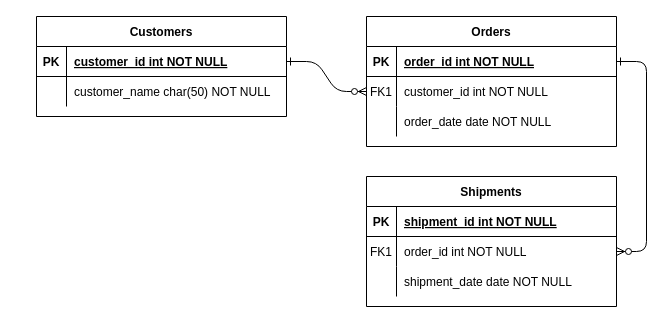
Before: Untitled Diagram.drawio in naim-murad-me/arif-travel-agency, a draw.io diagram. Source tidied: cells renumbered, new cells numbered last; positions are measured from the earlier drawing's top-left corner, leaving out a move shared by most shapes. Both pictures are drawn from the tidied source at 100%, with x=0, y=0 at pixel (36, 16).
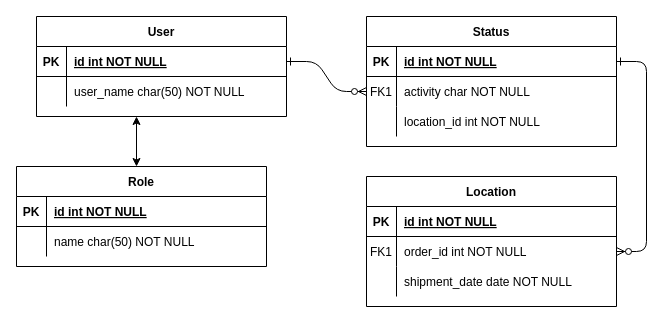
The same page after the edit.

Unchanged cells that the change refers to:
```xml
<mxCell id="5" style="shape=partialRectangle;fillColor=none;points=[[0,0.5],[1,0.5]];portConstraint=eastwest;top=0;left=0;right=0;bottom=1;" parent="4" vertex="1">
  <mxGeometry y="30" width="250" height="30" as="geometry" />
</mxCell>
<mxCell id="8" style="shape=partialRectangle;fillColor=none;points=[[0,0.5],[1,0.5]];portConstraint=eastwest;top=0;left=0;right=0;bottom=0;" parent="4" vertex="1">
  <mxGeometry y="60" width="250" height="30" as="geometry" />
</mxCell>
<mxCell id="11" style="shape=partialRectangle;fillColor=none;top=0;left=0;right=0;bottom=0;" parent="4" vertex="1">
  <mxGeometry y="90" width="250" height="30" as="geometry" />
</mxCell>
<mxCell id="15" style="shape=partialRectangle;fillColor=none;top=0;left=0;right=0;bottom=1;" parent="14" vertex="1">
  <mxGeometry y="30" width="250" height="30" as="geometry" />
</mxCell>
<mxCell id="25" style="shape=partialRectangle;fillColor=none;points=[[0,0.5],[1,0.5]];portConstraint=eastwest;top=0;left=0;right=0;bottom=1;" parent="24" vertex="1">
  <mxGeometry y="30" width="250" height="30" as="geometry" />
</mxCell>
<mxCell id="28" style="shape=partialRectangle;fillColor=none;top=0;left=0;right=0;bottom=0;" parent="24" vertex="1">
  <mxGeometry y="60" width="250" height="30" as="geometry" />
</mxCell>
```

What changed in the source:
```diff
@@
-    <mxCell id="4" value="Orders" style="shape=table;startSize=30;childLayout=tableLayout;rowLines=0;fontStyle=1;align=center;" parent="1" vertex="1">
+    <mxCell id="4" value="Status" style="shape=table;startSize=30;childLayout=tableLayout;rowLines=0;fontStyle=1;align=center;" parent="1" vertex="1">
       <mxGeometry x="330" width="250" height="130" as="geometry" />
     </mxCell>
@@
-    <mxCell id="7" value="order_id int NOT NULL " style="shape=partialRectangle;overflow=hidden;fillColor=none;top=0;left=0;bottom=0;right=0;align=left;spacingLeft=6;fontStyle=5;" parent="5" vertex="1">
+    <mxCell id="7" value="id int NOT NULL " style="shape=partialRectangle;overflow=hidden;fillColor=none;top=0;left=0;bottom=0;right=0;align=left;spacingLeft=6;fontStyle=5;" parent="5" vertex="1">
       <mxGeometry x="30" width="220" height="30" as="geometry" />
     </mxCell>
@@
-    <mxCell id="10" value="customer_id int NOT NULL" style="shape=partialRectangle;overflow=hidden;fillColor=none;top=0;left=0;bottom=0;right=0;align=left;spacingLeft=6;" parent="8" vertex="1">
+    <mxCell id="10" value="activity char NOT NULL" style="shape=partialRectangle;overflow=hidden;fillColor=none;top=0;left=0;bottom=0;right=0;align=left;spacingLeft=6;" parent="8" vertex="1">
       <mxGeometry x="30" width="220" height="30" as="geometry" />
     </mxCell>
@@
-    <mxCell id="13" value="order_date date NOT NULL" style="shape=partialRectangle;overflow=hidden;fillColor=none;top=0;left=0;bottom=0;right=0;align=left;spacingLeft=6;" parent="11" vertex="1">
+    <mxCell id="13" value="location_id int NOT NULL" style="shape=partialRectangle;overflow=hidden;fillColor=none;top=0;left=0;bottom=0;right=0;align=left;spacingLeft=6;" parent="11" vertex="1">
       <mxGeometry x="30" width="220" height="30" as="geometry" />
     </mxCell>
-    <mxCell id="14" value="Shipments" style="shape=table;startSize=30;childLayout=tableLayout;rowLines=0;fontStyle=1;align=center;" parent="1" vertex="1">
+    <mxCell id="14" value="Location" style="shape=table;startSize=30;childLayout=tableLayout;rowLines=0;fontStyle=1;align=center;" parent="1" vertex="1">
       <mxGeometry x="330" y="160" width="250" height="130" as="geometry" />
     </mxCell>
@@
-    <mxCell id="17" value="shipment_id int NOT NULL " style="shape=partialRectangle;overflow=hidden;fillColor=none;top=0;left=0;bottom=0;right=0;align=left;spacingLeft=6;fontStyle=5;" parent="15" vertex="1">
+    <mxCell id="17" value="id int NOT NULL " style="shape=partialRectangle;overflow=hidden;fillColor=none;top=0;left=0;bottom=0;right=0;align=left;spacingLeft=6;fontStyle=5;" parent="15" vertex="1">
       <mxGeometry x="30" width="220" height="30" as="geometry" />
     </mxCell>
@@
-    <mxCell id="24" value="Customers" style="shape=table;startSize=30;childLayout=tableLayout;rowLines=0;fontStyle=1;align=center;" parent="1" vertex="1">
+    <mxCell id="24" value="User" style="shape=table;startSize=30;childLayout=tableLayout;rowLines=0;fontStyle=1;align=center;" parent="1" vertex="1">
       <mxGeometry width="250" height="100" as="geometry" />
     </mxCell>
@@
-    <mxCell id="27" value="customer_id int NOT NULL " style="shape=partialRectangle;overflow=hidden;fillColor=none;top=0;left=0;bottom=0;right=0;align=left;spacingLeft=6;fontStyle=5;" parent="25" vertex="1">
+    <mxCell id="27" value="id int NOT NULL " style="shape=partialRectangle;overflow=hidden;fillColor=none;top=0;left=0;bottom=0;right=0;align=left;spacingLeft=6;fontStyle=5;" parent="25" vertex="1">
       <mxGeometry x="30" width="220" height="30" as="geometry" />
     </mxCell>
@@
-    <mxCell id="30" value="customer_name char(50) NOT NULL" style="shape=partialRectangle;overflow=hidden;fillColor=none;top=0;left=0;bottom=0;right=0;align=left;spacingLeft=6;" parent="28" vertex="1">
+    <mxCell id="30" value="user_name char(50) NOT NULL" style="shape=partialRectangle;overflow=hidden;fillColor=none;top=0;left=0;bottom=0;right=0;align=left;spacingLeft=6;" parent="28" vertex="1">
       <mxGeometry x="30" width="220" height="30" as="geometry" />
     </mxCell>
+    <mxCell id="31" value="Role" style="shape=table;startSize=30;childLayout=tableLayout;rowLines=0;fontStyle=1;align=center;" parent="1" vertex="1">
+      <mxGeometry x="-20" y="150" width="250" height="100" as="geometry" />
+    </mxCell>
+    <mxCell id="32" style="shape=partialRectangle;fillColor=none;top=0;left=0;right=0;bottom=1;" parent="31" vertex="1">
+      <mxGeometry y="30" width="250" height="30" as="geometry" />
+    </mxCell>
+    <mxCell id="33" value="PK" style="shape=partialRectangle;overflow=hidden;fillColor=none;top=0;left=0;bottom=0;right=0;fontStyle=1;" parent="32" vertex="1">
+      <mxGeometry width="30" height="30" as="geometry" />
+    </mxCell>
+    <mxCell id="34" value="id int NOT NULL " style="shape=partialRectangle;overflow=hidden;fillColor=none;top=0;left=0;bottom=0;right=0;align=left;spacingLeft=6;fontStyle=5;" parent="32" vertex="1">
+      <mxGeometry x="30" width="220" height="30" as="geometry" />
+    </mxCell>
+    <mxCell id="35" style="shape=partialRectangle;fillColor=none;top=0;left=0;right=0;bottom=0;" parent="31" vertex="1">
+      <mxGeometry y="60" width="250" height="30" as="geometry" />
+    </mxCell>
+    <mxCell id="36" style="shape=partialRectangle;overflow=hidden;fillColor=none;top=0;left=0;bottom=0;right=0;" parent="35" vertex="1">
+      <mxGeometry width="30" height="30" as="geometry" />
+    </mxCell>
+    <mxCell id="37" value="name char(50) NOT NULL" style="shape=partialRectangle;overflow=hidden;fillColor=none;top=0;left=0;bottom=0;right=0;align=left;spacingLeft=6;" parent="35" vertex="1">
+      <mxGeometry x="30" width="220" height="30" as="geometry" />
+    </mxCell>
+    <mxCell id="38" style="endArrow=classic;startArrow=classic;html=1;" parent="1" edge="1">
+      <mxGeometry relative="1" as="geometry">
+        <mxPoint x="100" y="150" as="sourcePoint" />
+        <mxPoint x="100" y="100" as="targetPoint" />
+      </mxGeometry>
+    </mxCell>
```
